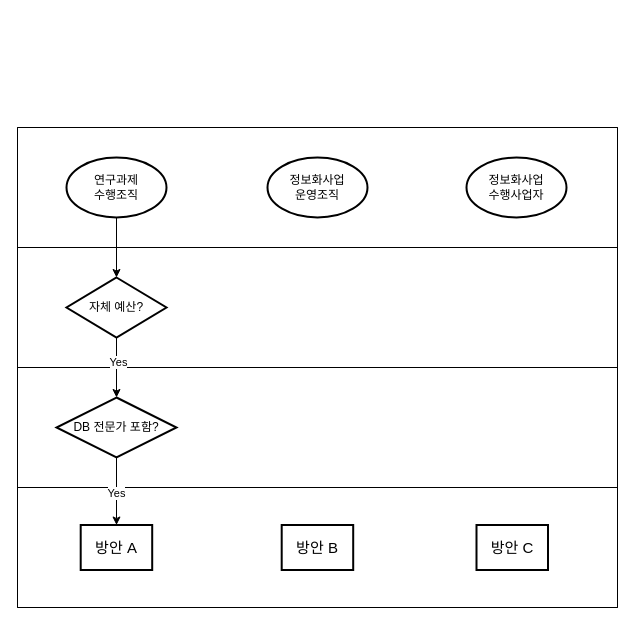
Above: page "페이지-2" (2 of 2) of positions/positions.drawio in dongshins/diagram (draw.io), before the change. Source tidied: cells renumbered, new cells numbered last; positions are measured from the earlier drawing's top-left corner, leaving out a move shared by most shapes. Both pictures are drawn from the tidied source at 100%, with x=0, y=0 at pixel (17, 127).
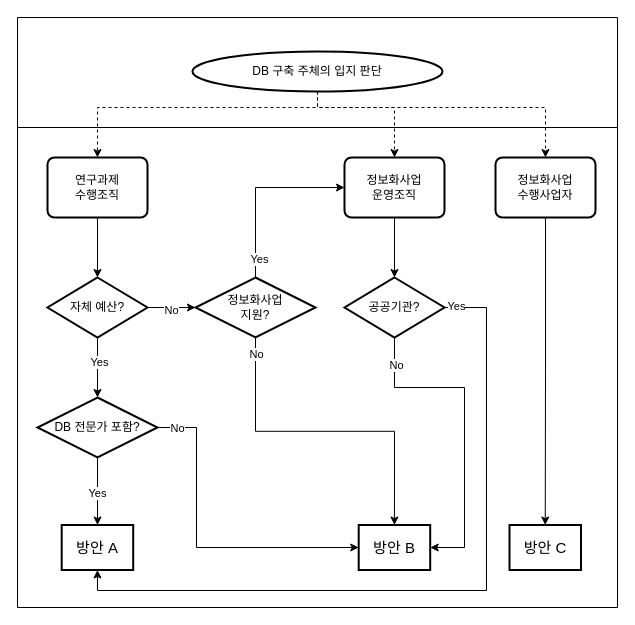
After the change.

Unchanged cells that the change refers to:
```xml
<mxCell id="2" style="swimlane;horizontal=0;startSize=0;html=1;" parent="1" vertex="1">
  <mxGeometry width="600" height="480" as="geometry" />
</mxCell>
```

What changed in the source:
```diff
@@
-    <mxCell id="3" style="swimlane;startSize=0;horizontal=0;html=1;" parent="2" vertex="1">
+    <mxCell id="3" style="swimlane;startSize=0;horizontal=0;html=1;strokeColor=none;" parent="2" vertex="1">
       <mxGeometry width="600" height="120" as="geometry" />
     </mxCell>
-    <mxCell id="4" value="연구과제&lt;div&gt;수행조직&lt;/div&gt;" style="strokeWidth=2;html=1;shape=mxgraph.flowchart.start_1;whiteSpace=wrap;" parent="3" vertex="1">
-      <mxGeometry x="49" y="30" width="100" height="60" as="geometry" />
+    <mxCell id="4" value="연구과제&lt;div&gt;수행조직&lt;/div&gt;" style="strokeWidth=2;html=1;shape=label;whiteSpace=wrap;rounded=1;absoluteArcSize=1;arcSize=14;" parent="3" vertex="1">
+      <mxGeometry x="30" y="30" width="100" height="60" as="geometry" />
     </mxCell>
-    <mxCell id="5" value="&lt;div&gt;정보화사업&lt;/div&gt;&lt;div&gt;운영조직&lt;/div&gt;" style="strokeWidth=2;html=1;shape=mxgraph.flowchart.start_1;whiteSpace=wrap;" parent="3" vertex="1">
-      <mxGeometry x="250" y="30" width="100" height="60" as="geometry" />
+    <mxCell id="5" value="&lt;div&gt;정보화사업&lt;/div&gt;&lt;div&gt;운영조직&lt;/div&gt;" style="strokeWidth=2;html=1;shape=label;whiteSpace=wrap;rounded=1;absoluteArcSize=1;arcSize=14;" parent="3" vertex="1">
+      <mxGeometry x="327" y="30" width="100" height="60" as="geometry" />
     </mxCell>
-    <mxCell id="6" value="&lt;div&gt;정보화사업&lt;/div&gt;&lt;div&gt;수행사업자&lt;/div&gt;" style="strokeWidth=2;html=1;shape=mxgraph.flowchart.start_1;whiteSpace=wrap;" parent="3" vertex="1">
-      <mxGeometry x="449" y="30" width="100" height="60" as="geometry" />
+    <mxCell id="6" value="&lt;div&gt;정보화사업&lt;/div&gt;&lt;div&gt;수행사업자&lt;/div&gt;" style="strokeWidth=2;html=1;shape=label;whiteSpace=wrap;rounded=1;absoluteArcSize=1;arcSize=14;" parent="3" vertex="1">
+      <mxGeometry x="478" y="30" width="100" height="60" as="geometry" />
     </mxCell>
-    <mxCell id="7" style="swimlane;startSize=0;horizontal=0;html=1;" parent="2" vertex="1">
+    <mxCell id="7" style="swimlane;startSize=0;horizontal=0;html=1;dashed=1;strokeColor=none;" parent="2" vertex="1">
       <mxGeometry y="120" width="600" height="120" as="geometry" />
     </mxCell>
     <mxCell id="8" value="자체 예산?" style="strokeWidth=2;html=1;shape=mxgraph.flowchart.decision;whiteSpace=wrap;" parent="7" vertex="1">
-      <mxGeometry x="49" y="30" width="100" height="60" as="geometry" />
+      <mxGeometry x="30" y="30" width="100" height="60" as="geometry" />
     </mxCell>
+    <mxCell id="20" value="공공기관?" style="strokeWidth=2;html=1;shape=mxgraph.flowchart.decision;whiteSpace=wrap;" parent="7" vertex="1">
+      <mxGeometry x="327" y="30" width="100" height="60" as="geometry" />
+    </mxCell>
+    <mxCell id="21" value="정보화사업&lt;div&gt;지원?&lt;/div&gt;" style="strokeWidth=2;html=1;shape=mxgraph.flowchart.decision;whiteSpace=wrap;" parent="7" vertex="1">
+      <mxGeometry x="178" y="30" width="120" height="60" as="geometry" />
+    </mxCell>
+    <mxCell id="22" style="edgeStyle=orthogonalEdgeStyle;rounded=0;jettySize=auto;html=1;exitX=1;exitY=0.5;exitDx=0;exitDy=0;exitPerimeter=0;entryX=0;entryY=0.5;entryDx=0;entryDy=0;entryPerimeter=0;" parent="7" edge="1" source="8" target="21">
+      <mxGeometry relative="1" as="geometry" />
+    </mxCell>
+    <mxCell id="23" value="No" style="edgeLabel;html=1;align=center;verticalAlign=middle;" parent="22" vertex="1">
+      <mxGeometry x="-0.03" y="-2" relative="1" as="geometry" />
+    </mxCell>
-    <mxCell id="9" style="swimlane;startSize=0;horizontal=0;html=1;" parent="2" vertex="1">
+    <mxCell id="9" style="swimlane;startSize=0;horizontal=0;html=1;strokeColor=none;" parent="2" vertex="1">
       <mxGeometry y="240" width="600" height="120" as="geometry" />
     </mxCell>
     <mxCell id="10" value="DB 전문가 포함?" style="strokeWidth=2;html=1;shape=mxgraph.flowchart.decision;whiteSpace=wrap;" parent="9" vertex="1">
-      <mxGeometry x="39" y="30" width="120" height="60" as="geometry" />
+      <mxGeometry x="20" y="30" width="120" height="60" as="geometry" />
     </mxCell>
-    <mxCell id="11" style="swimlane;startSize=0;horizontal=0;html=1;" parent="2" vertex="1">
+    <mxCell id="11" style="swimlane;startSize=0;horizontal=0;html=1;strokeColor=none;" parent="2" vertex="1">
       <mxGeometry y="360" width="600" height="120" as="geometry" />
     </mxCell>
     <mxCell id="12" value="방안 A" style="whiteSpace=wrap;html=1;strokeWidth=2;fontSize=15;" parent="11" vertex="1">
-      <mxGeometry x="63.2" y="37.5" width="71.5" height="45" as="geometry" />
+      <mxGeometry x="44.2" y="37.5" width="71.5" height="45" as="geometry" />
     </mxCell>
     <mxCell id="13" value="방안 B" style="whiteSpace=wrap;html=1;strokeWidth=2;fontSize=15;" parent="11" vertex="1">
-      <mxGeometry x="264.2" y="37.5" width="71.5" height="45" as="geometry" />
+      <mxGeometry x="341.2" y="37.5" width="71.5" height="45" as="geometry" />
     </mxCell>
     <mxCell id="14" value="방안 C" style="whiteSpace=wrap;html=1;strokeWidth=2;fontSize=15;" parent="11" vertex="1">
-      <mxGeometry x="459" y="37.5" width="71.5" height="45" as="geometry" />
+      <mxGeometry x="492" y="37.5" width="71.5" height="45" as="geometry" />
     </mxCell>
@@
+    <mxCell id="24" style="edgeStyle=orthogonalEdgeStyle;rounded=0;jettySize=auto;html=1;exitX=1;exitY=0.5;exitDx=0;exitDy=0;exitPerimeter=0;entryX=0;entryY=0.5;entryDx=0;entryDy=0;" parent="2" edge="1" source="10" target="13">
+      <mxGeometry relative="1" as="geometry">
+        <Array as="points">
+          <mxPoint x="179" y="300" />
+          <mxPoint x="179" y="420" />
+        </Array>
+      </mxGeometry>
+    </mxCell>
+    <mxCell id="25" value="No" style="edgeLabel;html=1;align=center;verticalAlign=middle;" parent="24" vertex="1">
+      <mxGeometry x="-0.88" relative="1" as="geometry" />
+    </mxCell>
+    <mxCell id="26" style="edgeStyle=orthogonalEdgeStyle;rounded=0;jettySize=auto;html=1;exitX=0.5;exitY=1;exitDx=0;exitDy=0;exitPerimeter=0;entryX=0.5;entryY=0;entryDx=0;entryDy=0;entryPerimeter=0;" parent="2" edge="1" source="5" target="20">
+      <mxGeometry relative="1" as="geometry" />
+    </mxCell>
+    <mxCell id="27" style="edgeStyle=orthogonalEdgeStyle;rounded=0;jettySize=auto;html=1;exitX=1;exitY=0.5;exitDx=0;exitDy=0;exitPerimeter=0;entryX=0.5;entryY=1;entryDx=0;entryDy=0;" parent="2" edge="1" source="20" target="12">
+      <mxGeometry relative="1" as="geometry">
+        <Array as="points">
+          <mxPoint x="469" y="180" />
+          <mxPoint x="469" y="463" />
+          <mxPoint x="80" y="463" />
+        </Array>
+      </mxGeometry>
+    </mxCell>
+    <mxCell id="28" value="Yes" style="edgeLabel;html=1;align=center;verticalAlign=middle;" parent="27" vertex="1">
+      <mxGeometry x="-0.97" y="2" relative="1" as="geometry" />
+    </mxCell>
+    <mxCell id="29" style="edgeStyle=orthogonalEdgeStyle;rounded=0;jettySize=auto;html=1;exitX=0.5;exitY=1;exitDx=0;exitDy=0;exitPerimeter=0;entryX=1;entryY=0.5;entryDx=0;entryDy=0;" parent="2" edge="1" source="20" target="13">
+      <mxGeometry relative="1" as="geometry">
+        <Array as="points">
+          <mxPoint x="377" y="260" />
+          <mxPoint x="447" y="260" />
+          <mxPoint x="447" y="420" />
+        </Array>
+      </mxGeometry>
+    </mxCell>
+    <mxCell id="30" value="No" style="edgeLabel;html=1;align=center;verticalAlign=middle;" parent="29" vertex="1">
+      <mxGeometry x="-0.83" y="1" relative="1" as="geometry" />
+    </mxCell>
+    <mxCell id="31" style="edgeStyle=orthogonalEdgeStyle;rounded=0;jettySize=auto;html=1;exitX=0.5;exitY=1;exitDx=0;exitDy=0;exitPerimeter=0;entryX=0.5;entryY=0;entryDx=0;entryDy=0;" parent="2" edge="1" source="6" target="14">
+      <mxGeometry relative="1" as="geometry" />
+    </mxCell>
+    <mxCell id="32" style="edgeStyle=orthogonalEdgeStyle;rounded=0;jettySize=auto;html=1;exitX=0.5;exitY=0;exitDx=0;exitDy=0;exitPerimeter=0;entryX=0;entryY=0.5;entryDx=0;entryDy=0;entryPerimeter=0;" parent="2" edge="1" source="21" target="5">
+      <mxGeometry relative="1" as="geometry" />
+    </mxCell>
+    <mxCell id="33" value="Yes" style="edgeLabel;html=1;align=center;verticalAlign=middle;" parent="32" vertex="1">
+      <mxGeometry x="-0.79" y="-3" relative="1" as="geometry" />
+    </mxCell>
+    <mxCell id="34" style="edgeStyle=orthogonalEdgeStyle;rounded=0;jettySize=auto;html=1;exitX=0.5;exitY=1;exitDx=0;exitDy=0;exitPerimeter=0;entryX=0.5;entryY=0;entryDx=0;entryDy=0;" parent="2" edge="1" source="21" target="13">
+      <mxGeometry relative="1" as="geometry" />
+    </mxCell>
+    <mxCell id="35" value="No" style="edgeLabel;html=1;align=center;verticalAlign=middle;" parent="34" vertex="1">
+      <mxGeometry x="-0.9" relative="1" as="geometry" />
+    </mxCell>
+    <mxCell id="36" style="swimlane;startSize=0;horizontal=0;html=1;strokeColor=default;" parent="1" vertex="1">
+      <mxGeometry y="-110" width="600" height="110" as="geometry" />
+    </mxCell>
+    <mxCell id="37" value="DB 구축 주체의 입지 판단" style="verticalLabelPosition=middle;verticalAlign=middle;html=1;shape=mxgraph.flowchart.start_1;whiteSpace=wrap;size=0.026999999999999996;arcSize=10;flipV=1;labelPosition=center;align=center;strokeWidth=2;" parent="36" vertex="1">
+      <mxGeometry x="175" y="34" width="250" height="40" as="geometry" />
+    </mxCell>
+    <mxCell id="38" style="edgeStyle=orthogonalEdgeStyle;rounded=0;jettySize=auto;html=1;exitX=0.5;exitY=0;exitDx=0;exitDy=0;exitPerimeter=0;entryX=0.5;entryY=0;entryDx=0;entryDy=0;dashed=1;" parent="1" edge="1" source="37" target="5">
+      <mxGeometry relative="1" as="geometry">
+        <Array as="points">
+          <mxPoint x="300" y="-20" />
+          <mxPoint x="377" y="-20" />
+        </Array>
+      </mxGeometry>
+    </mxCell>
+    <mxCell id="39" style="edgeStyle=orthogonalEdgeStyle;rounded=0;jettySize=auto;html=1;exitX=0.5;exitY=0;exitDx=0;exitDy=0;exitPerimeter=0;entryX=0.5;entryY=0;entryDx=0;entryDy=0;dashed=1;" parent="1" edge="1" source="37" target="4">
+      <mxGeometry relative="1" as="geometry">
+        <Array as="points">
+          <mxPoint x="300" y="-20" />
+          <mxPoint x="80" y="-20" />
+        </Array>
+      </mxGeometry>
+    </mxCell>
+    <mxCell id="40" style="edgeStyle=orthogonalEdgeStyle;rounded=0;jettySize=auto;html=1;exitX=0.5;exitY=0;exitDx=0;exitDy=0;exitPerimeter=0;entryX=0.5;entryY=0;entryDx=0;entryDy=0;dashed=1;" parent="1" edge="1" source="37" target="6">
+      <mxGeometry relative="1" as="geometry">
+        <Array as="points">
+          <mxPoint x="300" y="-20" />
+          <mxPoint x="528" y="-20" />
+        </Array>
+      </mxGeometry>
+    </mxCell>
```
